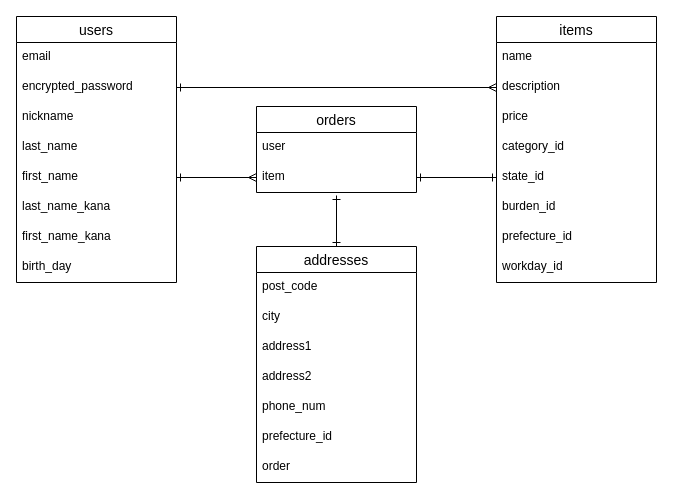
The draw.io diagram er.drawio in nanarin829/furima-kagawa2022-nekosanteam, before the edit. Source tidied: cells renumbered, new cells numbered last; positions are measured from the earlier drawing's top-left corner, leaving out a move shared by most shapes. Both pictures are drawn from the tidied source at 100%, with x=0, y=0 at pixel (16, 16).
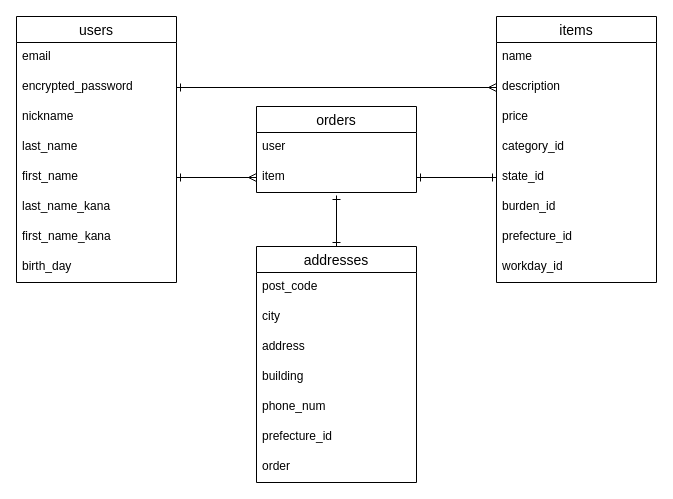
After the change.

Commit message (it also covers changes not shown here):
ER図の修正・README.mdにER図の追加(テスト)

The change refers to these unchanged cells:
```xml
<mxCell id="20" value="addresses" style="swimlane;fontStyle=0;horizontal=1;startSize=26;align=center;fontSize=14;" parent="1" vertex="1">
  <mxGeometry x="240" y="230" width="160" height="236" as="geometry" />
</mxCell>
```

Diff of the diagram source:
```diff
@@
-    <mxCell id="23" value="address1" style="text;strokeColor=none;fillColor=none;spacingLeft=4;spacingRight=4;overflow=hidden;fontSize=12;" parent="20" vertex="1">
+    <mxCell id="23" value="address" style="text;strokeColor=none;fillColor=none;spacingLeft=4;spacingRight=4;overflow=hidden;fontSize=12;" parent="20" vertex="1">
       <mxGeometry y="86" width="160" height="30" as="geometry" />
     </mxCell>
-    <mxCell id="24" value="address2" style="text;strokeColor=none;fillColor=none;spacingLeft=4;spacingRight=4;overflow=hidden;fontSize=12;" parent="20" vertex="1">
+    <mxCell id="24" value="building" style="text;strokeColor=none;fillColor=none;spacingLeft=4;spacingRight=4;overflow=hidden;fontSize=12;" parent="20" vertex="1">
       <mxGeometry y="116" width="160" height="30" as="geometry" />
     </mxCell>
```
